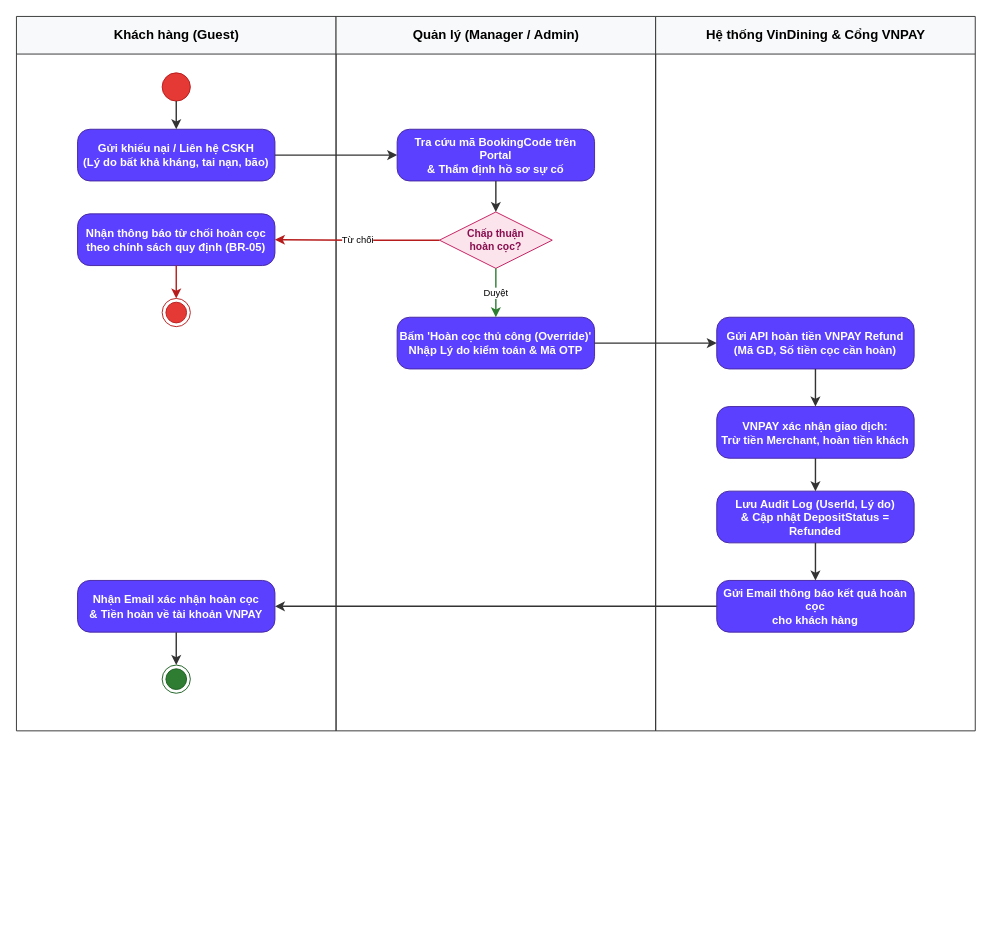
Earlier version of the draw.io diagram docs/phase1/drawio/ad09_manual_refund.drawio (AndrewQng/VinDining). Source tidied: cells renumbered, new cells numbered last; positions are measured from the earlier drawing's top-left corner, leaving out a move shared by most shapes. Both pictures are drawn from the tidied source at 94%, with x=0, y=0 at pixel (16, 16).
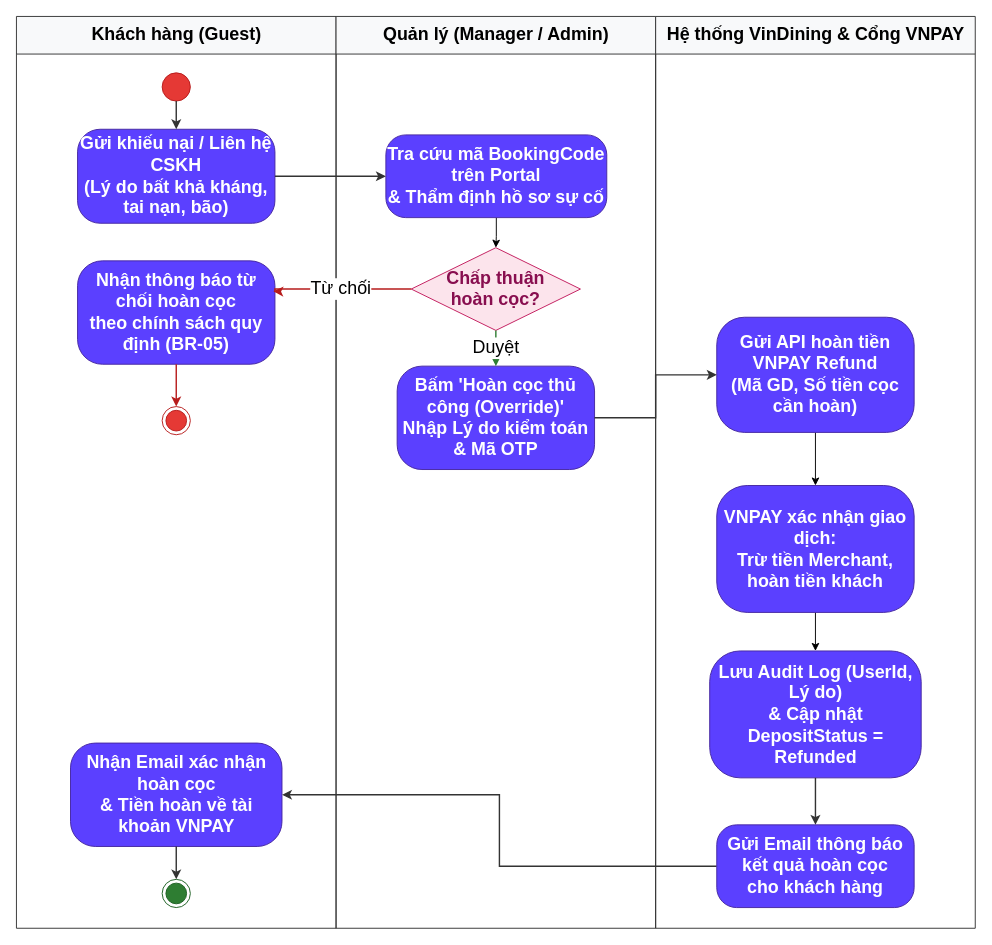
The same page after the edit.

What changed in the source:
```diff
@@
-    <mxCell id="2" value="Khách hàng (Guest)" style="swimlane;html=1;startSize=40;horizontal=1;fontStyle=1;fontSize=14;align=center;verticalAlign=middle;fillColor=#f8f9fa;strokeColor=#333333;swimlaneLine=1;" parent="1" vertex="1">
-      <mxGeometry width="340" height="760" as="geometry" />
+    <mxCell id="2" value="Khách hàng (Guest)" style="swimlane;html=1;startSize=40;horizontal=1;fontStyle=1;fontSize=19;align=center;verticalAlign=middle;fillColor=#f8f9fa;strokeColor=#333333;swimlaneLine=1;" parent="1" vertex="1">
+      <mxGeometry width="340" height="970" as="geometry" />
     </mxCell>
-    <mxCell id="3" style="ellipse;whiteSpace=wrap;html=1;fillColor=#e53935;strokeColor=#b71c1c;" parent="2" vertex="1">
+    <mxCell id="3" style="ellipse;whiteSpace=wrap;html=1;fillColor=#e53935;strokeColor=#b71c1c;fontSize=19;" parent="2" vertex="1">
       <mxGeometry x="155" y="60" width="30" height="30" as="geometry" />
     </mxCell>
-    <mxCell id="4" value="Gửi khiếu nại / Liên hệ CSKH&#10;(Lý do bất khả kháng, tai nạn, bão)" style="rounded=1;arcSize=24;whiteSpace=wrap;html=1;fillColor=#5b40ff;strokeColor=#4527a0;fontColor=#ffffff;fontStyle=1;fontSize=12;align=center;verticalAlign=middle;" parent="2" vertex="1">
-      <mxGeometry x="65" y="120" width="210" height="55" as="geometry" />
+    <mxCell id="4" value="Gửi khiếu nại / Liên hệ CSKH&#10;(Lý do bất khả kháng, tai nạn, bão)" style="rounded=1;arcSize=24;whiteSpace=wrap;html=1;fillColor=#5b40ff;strokeColor=#4527a0;fontColor=#ffffff;fontStyle=1;fontSize=19;align=center;verticalAlign=middle;" parent="2" vertex="1">
+      <mxGeometry x="65" y="120" width="210" height="100" as="geometry" />
     </mxCell>
+    <mxCell id="6" style="ellipse;html=1;shape=endState;fillColor=#e53935;strokeColor=#b71c1c;fontSize=19;" parent="2" vertex="1">
+      <mxGeometry x="155" y="415" width="30" height="30" as="geometry" />
+    </mxCell>
-    <mxCell id="5" value="Nhận thông báo từ chối hoàn cọc&#10;theo chính sách quy định (BR-05)" style="rounded=1;arcSize=24;whiteSpace=wrap;html=1;fillColor=#5b40ff;strokeColor=#4527a0;fontColor=#ffffff;fontStyle=1;fontSize=12;align=center;verticalAlign=middle;" parent="2" vertex="1">
-      <mxGeometry x="65" y="210" width="210" height="55" as="geometry" />
+    <mxCell id="5" value="Nhận thông báo từ chối hoàn cọc&#10;theo chính sách quy định (BR-05)" style="rounded=1;arcSize=24;whiteSpace=wrap;html=1;fillColor=#5b40ff;strokeColor=#4527a0;fontColor=#ffffff;fontStyle=1;fontSize=19;align=center;verticalAlign=middle;" parent="2" vertex="1">
+      <mxGeometry x="65" y="260" width="210" height="110" as="geometry" />
     </mxCell>
-    <mxCell id="6" style="ellipse;html=1;shape=endState;fillColor=#e53935;strokeColor=#b71c1c;" parent="2" vertex="1">
-      <mxGeometry x="155" y="300" width="30" height="30" as="geometry" />
-    </mxCell>
+    <mxCell id="22" style="edgeStyle=orthogonalEdgeStyle;rounded=0;strokeColor=#b71c1c;strokeWidth=1.5;html=1;fontSize=19;" parent="2" edge="1" source="5">
+      <mxGeometry relative="1" as="geometry">
+        <mxPoint x="170" y="415" as="targetPoint" />
+      </mxGeometry>
+    </mxCell>
-    <mxCell id="7" value="Nhận Email xác nhận hoàn cọc&#10;&amp; Tiền hoàn về tài khoản VNPAY" style="rounded=1;arcSize=24;whiteSpace=wrap;html=1;fillColor=#5b40ff;strokeColor=#4527a0;fontColor=#ffffff;fontStyle=1;fontSize=12;align=center;verticalAlign=middle;" parent="2" vertex="1">
-      <mxGeometry x="65" y="600" width="210" height="55" as="geometry" />
+    <mxCell id="7" value="Nhận Email xác nhận hoàn cọc&#10;&amp;amp; Tiền hoàn về tài khoản VNPAY" style="rounded=1;arcSize=24;whiteSpace=wrap;html=1;fillColor=#5b40ff;strokeColor=#4527a0;fontColor=#ffffff;fontStyle=1;fontSize=19;align=center;verticalAlign=middle;" parent="2" vertex="1">
+      <mxGeometry x="57.5" y="773" width="225" height="110" as="geometry" />
     </mxCell>
-    <mxCell id="8" style="ellipse;html=1;shape=endState;fillColor=#2e7d32;strokeColor=#1b5e20;" parent="2" vertex="1">
-      <mxGeometry x="155" y="690" width="30" height="30" as="geometry" />
+    <mxCell id="8" style="ellipse;html=1;shape=endState;fillColor=#2e7d32;strokeColor=#1b5e20;fontSize=19;" parent="2" vertex="1">
+      <mxGeometry x="155" y="918" width="30" height="30" as="geometry" />
     </mxCell>
+    <mxCell id="29" style="edgeStyle=orthogonalEdgeStyle;rounded=0;strokeColor=#333333;strokeWidth=1.5;html=1;fontSize=19;" parent="2" edge="1" source="7" target="8">
+      <mxGeometry relative="1" as="geometry" />
+    </mxCell>
-    <mxCell id="9" value="Quản lý (Manager / Admin)" style="swimlane;html=1;startSize=40;horizontal=1;fontStyle=1;fontSize=14;align=center;verticalAlign=middle;fillColor=#f8f9fa;strokeColor=#333333;swimlaneLine=1;" parent="1" vertex="1">
-      <mxGeometry x="340" width="340" height="760" as="geometry" />
+    <mxCell id="9" value="Quản lý (Manager / Admin)" style="swimlane;html=1;startSize=40;horizontal=1;fontStyle=1;fontSize=19;align=center;verticalAlign=middle;fillColor=#f8f9fa;strokeColor=#333333;swimlaneLine=1;" parent="1" vertex="1">
+      <mxGeometry x="340" width="340" height="970" as="geometry" />
     </mxCell>
+    <mxCell id="20" style="edgeStyle=orthogonalEdgeStyle;rounded=0;jettySize=auto;html=1;entryX=0.5;entryY=0;entryDx=0;entryDy=0;" parent="9" edge="1" source="10" target="11">
+      <mxGeometry relative="1" as="geometry" />
+    </mxCell>
-    <mxCell id="10" value="Tra cứu mã BookingCode trên Portal&#10;&amp; Thẩm định hồ sơ sự cố" style="rounded=1;arcSize=24;whiteSpace=wrap;html=1;fillColor=#5b40ff;strokeColor=#4527a0;fontColor=#ffffff;fontStyle=1;fontSize=12;align=center;verticalAlign=middle;" parent="9" vertex="1">
-      <mxGeometry x="65" y="120" width="210" height="55" as="geometry" />
+    <mxCell id="10" value="Tra cứu mã BookingCode trên Portal&#10;&amp;amp; Thẩm định hồ sơ sự cố" style="rounded=1;arcSize=24;whiteSpace=wrap;html=1;fillColor=#5b40ff;strokeColor=#4527a0;fontColor=#ffffff;fontStyle=1;fontSize=19;align=center;verticalAlign=middle;" parent="9" vertex="1">
+      <mxGeometry x="53" y="126" width="235" height="88" as="geometry" />
     </mxCell>
-    <mxCell id="11" value="Chấp thuận&#10;hoàn cọc?" style="rhombus;whiteSpace=wrap;html=1;fillColor=#fce4ec;strokeColor=#c2185b;fontColor=#880e4f;fontStyle=1;fontSize=11;align=center;verticalAlign=middle;" parent="9" vertex="1">
-      <mxGeometry x="110" y="208" width="120" height="60" as="geometry" />
+    <mxCell id="11" value="Chấp thuận&#10;hoàn cọc?" style="rhombus;whiteSpace=wrap;html=1;fillColor=#fce4ec;strokeColor=#c2185b;fontColor=#880e4f;fontStyle=1;fontSize=19;align=center;verticalAlign=middle;" parent="9" vertex="1">
+      <mxGeometry x="80" y="246" width="180" height="88" as="geometry" />
     </mxCell>
-    <mxCell id="12" value="Bấm 'Hoàn cọc thủ công (Override)'&#10;Nhập Lý do kiểm toán &amp; Mã OTP" style="rounded=1;arcSize=24;whiteSpace=wrap;html=1;fillColor=#5b40ff;strokeColor=#4527a0;fontColor=#ffffff;fontStyle=1;fontSize=12;align=center;verticalAlign=middle;" parent="9" vertex="1">
-      <mxGeometry x="65" y="320" width="210" height="55" as="geometry" />
+    <mxCell id="12" value="Bấm 'Hoàn cọc thủ công (Override)'&#10;Nhập Lý do kiểm toán &amp;amp; Mã OTP" style="rounded=1;arcSize=24;whiteSpace=wrap;html=1;fillColor=#5b40ff;strokeColor=#4527a0;fontColor=#ffffff;fontStyle=1;fontSize=19;align=center;verticalAlign=middle;" parent="9" vertex="1">
+      <mxGeometry x="65" y="372" width="210" height="110" as="geometry" />
     </mxCell>
+    <mxCell id="23" value="Duyệt" style="edgeStyle=orthogonalEdgeStyle;rounded=0;strokeColor=#2e7d32;strokeWidth=1.5;html=1;fontSize=19;labelBackgroundColor=#ffffff;exitX=0.5;exitY=1;entryX=0.5;entryY=0;" parent="9" edge="1" source="11" target="12">
+      <mxGeometry relative="1" as="geometry" />
+    </mxCell>
-    <mxCell id="13" value="Hệ thống VinDining &amp; Cổng VNPAY" style="swimlane;html=1;startSize=40;horizontal=1;fontStyle=1;fontSize=14;align=center;verticalAlign=middle;fillColor=#f8f9fa;strokeColor=#333333;swimlaneLine=1;" parent="1" vertex="1">
-      <mxGeometry x="680" width="340" height="760" as="geometry" />
+    <mxCell id="13" value="Hệ thống VinDining &amp;amp; Cổng VNPAY" style="swimlane;html=1;startSize=40;horizontal=1;fontStyle=1;fontSize=19;align=center;verticalAlign=middle;fillColor=#f8f9fa;strokeColor=#333333;swimlaneLine=1;" parent="1" vertex="1">
+      <mxGeometry x="680" width="340" height="970" as="geometry" />
     </mxCell>
+    <mxCell id="25" style="edgeStyle=orthogonalEdgeStyle;rounded=0;jettySize=auto;html=1;entryX=0.5;entryY=0;entryDx=0;entryDy=0;" parent="13" edge="1" source="14" target="15">
+      <mxGeometry relative="1" as="geometry" />
+    </mxCell>
-    <mxCell id="14" value="Gửi API hoàn tiền VNPAY Refund&#10;(Mã GD, Số tiền cọc cần hoàn)" style="rounded=1;arcSize=24;whiteSpace=wrap;html=1;fillColor=#5b40ff;strokeColor=#4527a0;fontColor=#ffffff;fontStyle=1;fontSize=12;align=center;verticalAlign=middle;" parent="13" vertex="1">
-      <mxGeometry x="65" y="320" width="210" height="55" as="geometry" />
+    <mxCell id="14" value="Gửi API hoàn tiền VNPAY Refund&#10;(Mã GD, Số tiền cọc cần hoàn)" style="rounded=1;arcSize=24;whiteSpace=wrap;html=1;fillColor=#5b40ff;strokeColor=#4527a0;fontColor=#ffffff;fontStyle=1;fontSize=19;align=center;verticalAlign=middle;" parent="13" vertex="1">
+      <mxGeometry x="65" y="320" width="210" height="122.5" as="geometry" />
     </mxCell>
+    <mxCell id="26" style="edgeStyle=orthogonalEdgeStyle;rounded=0;jettySize=auto;html=1;" parent="13" edge="1" source="15" target="16">
+      <mxGeometry relative="1" as="geometry" />
+    </mxCell>
-    <mxCell id="15" value="VNPAY xác nhận giao dịch:&#10;Trừ tiền Merchant, hoàn tiền khách" style="rounded=1;arcSize=24;whiteSpace=wrap;html=1;fillColor=#5b40ff;strokeColor=#4527a0;fontColor=#ffffff;fontStyle=1;fontSize=12;align=center;verticalAlign=middle;" parent="13" vertex="1">
-      <mxGeometry x="65" y="415" width="210" height="55" as="geometry" />
+    <mxCell id="15" value="VNPAY xác nhận giao dịch:&#10;Trừ tiền Merchant, hoàn tiền khách" style="rounded=1;arcSize=24;whiteSpace=wrap;html=1;fillColor=#5b40ff;strokeColor=#4527a0;fontColor=#ffffff;fontStyle=1;fontSize=19;align=center;verticalAlign=middle;" parent="13" vertex="1">
+      <mxGeometry x="65" y="499" width="210" height="135" as="geometry" />
     </mxCell>
-    <mxCell id="16" value="Lưu Audit Log (UserId, Lý do)&#10;&amp; Cập nhật DepositStatus = Refunded" style="rounded=1;arcSize=24;whiteSpace=wrap;html=1;fillColor=#5b40ff;strokeColor=#4527a0;fontColor=#ffffff;fontStyle=1;fontSize=12;align=center;verticalAlign=middle;" parent="13" vertex="1">
-      <mxGeometry x="65" y="505" width="210" height="55" as="geometry" />
+    <mxCell id="16" value="Lưu Audit Log (UserId, Lý do)&#10;&amp;amp; Cập nhật DepositStatus = Refunded" style="rounded=1;arcSize=24;whiteSpace=wrap;html=1;fillColor=#5b40ff;strokeColor=#4527a0;fontColor=#ffffff;fontStyle=1;fontSize=19;align=center;verticalAlign=middle;" parent="13" vertex="1">
+      <mxGeometry x="57.5" y="675" width="225" height="135" as="geometry" />
     </mxCell>
-    <mxCell id="17" value="Gửi Email thông báo kết quả hoàn cọc&#10;cho khách hàng" style="rounded=1;arcSize=24;whiteSpace=wrap;html=1;fillColor=#5b40ff;strokeColor=#4527a0;fontColor=#ffffff;fontStyle=1;fontSize=12;align=center;verticalAlign=middle;" parent="13" vertex="1">
-      <mxGeometry x="65" y="600" width="210" height="55" as="geometry" />
-    </mxCell>
-    <mxCell id="18" style="edgeStyle=orthogonalEdgeStyle;rounded=0;strokeColor=#333333;strokeWidth=1.5;html=1;" parent="1" edge="1" source="3" target="4">
+    <mxCell id="18" style="edgeStyle=orthogonalEdgeStyle;rounded=0;strokeColor=#333333;strokeWidth=1.5;html=1;fontSize=19;" parent="1" edge="1" source="3" target="4">
       <mxGeometry relative="1" as="geometry" />
     </mxCell>
-    <mxCell id="19" style="edgeStyle=orthogonalEdgeStyle;rounded=0;strokeColor=#333333;strokeWidth=1.5;html=1;exitX=1;exitY=0.5;entryX=0;entryY=0.5;" parent="1" edge="1" source="4" target="10">
+    <mxCell id="19" style="edgeStyle=orthogonalEdgeStyle;rounded=0;strokeColor=#333333;strokeWidth=1.5;html=1;exitX=1;exitY=0.5;entryX=0;entryY=0.5;fontSize=19;" parent="1" edge="1" source="4" target="10">
       <mxGeometry relative="1" as="geometry" />
     </mxCell>
-    <mxCell id="20" style="edgeStyle=orthogonalEdgeStyle;rounded=0;strokeColor=#333333;strokeWidth=1.5;html=1;" parent="1" edge="1" source="10" target="11">
-      <mxGeometry relative="1" as="geometry" />
-    </mxCell>
-    <mxCell id="21" value="Từ chối" style="edgeStyle=orthogonalEdgeStyle;rounded=0;strokeColor=#b71c1c;strokeWidth=1.5;html=1;fontSize=10;labelBackgroundColor=#ffffff;exitX=0;exitY=0.5;entryX=1;entryY=0.5;" parent="1" edge="1" source="11" target="5">
-      <mxGeometry relative="1" as="geometry" />
+    <mxCell id="21" value="Từ chối" style="edgeStyle=orthogonalEdgeStyle;rounded=0;strokeColor=#b71c1c;strokeWidth=1.5;html=1;fontSize=19;labelBackgroundColor=#ffffff;exitX=0;exitY=0.5;entryX=0.992;entryY=0.295;entryDx=0;entryDy=0;entryPerimeter=0;" parent="1" edge="1" source="11" target="5">
+      <mxGeometry relative="1" as="geometry">
+        <Array as="points">
+          <mxPoint x="275" y="290" />
+          <mxPoint x="275" y="292.5" />
+        </Array>
+      </mxGeometry>
     </mxCell>
-    <mxCell id="22" style="edgeStyle=orthogonalEdgeStyle;rounded=0;strokeColor=#b71c1c;strokeWidth=1.5;html=1;" parent="1" edge="1" source="5" target="6">
-      <mxGeometry relative="1" as="geometry" />
-    </mxCell>
-    <mxCell id="23" value="Duyệt" style="edgeStyle=orthogonalEdgeStyle;rounded=0;strokeColor=#2e7d32;strokeWidth=1.5;html=1;fontSize=10;labelBackgroundColor=#ffffff;exitX=0.5;exitY=1;entryX=0.5;entryY=0;" parent="1" edge="1" source="11" target="12">
-      <mxGeometry relative="1" as="geometry" />
-    </mxCell>
-    <mxCell id="24" style="edgeStyle=orthogonalEdgeStyle;rounded=0;strokeColor=#333333;strokeWidth=1.5;html=1;exitX=1;exitY=0.5;entryX=0;entryY=0.5;" parent="1" edge="1" source="12" target="14">
+    <mxCell id="24" style="edgeStyle=orthogonalEdgeStyle;rounded=0;strokeColor=#333333;strokeWidth=1.5;html=1;exitX=1;exitY=0.5;entryX=0;entryY=0.5;fontSize=19;" parent="1" edge="1" source="12" target="14">
       <mxGeometry relative="1" as="geometry" />
     </mxCell>
-    <mxCell id="25" style="edgeStyle=orthogonalEdgeStyle;rounded=0;strokeColor=#333333;strokeWidth=1.5;html=1;" parent="1" edge="1" source="14" target="15">
-      <mxGeometry relative="1" as="geometry" />
-    </mxCell>
-    <mxCell id="26" style="edgeStyle=orthogonalEdgeStyle;rounded=0;strokeColor=#333333;strokeWidth=1.5;html=1;" parent="1" edge="1" source="15" target="16">
-      <mxGeometry relative="1" as="geometry" />
-    </mxCell>
+    <mxCell id="28" style="edgeStyle=orthogonalEdgeStyle;rounded=0;strokeColor=#333333;strokeWidth=1.5;html=1;exitX=0;exitY=0.5;entryX=1;entryY=0.5;fontSize=19;" parent="1" edge="1" source="17" target="7">
+      <mxGeometry relative="1" as="geometry" />
+    </mxCell>
+    <mxCell id="17" value="Gửi Email thông báo kết quả hoàn cọc&#10;cho khách hàng" style="rounded=1;arcSize=24;whiteSpace=wrap;html=1;fillColor=#5b40ff;strokeColor=#4527a0;fontColor=#ffffff;fontStyle=1;fontSize=19;align=center;verticalAlign=middle;" parent="1" vertex="1">
+      <mxGeometry x="745" y="860" width="210" height="88" as="geometry" />
+    </mxCell>
-    <mxCell id="27" style="edgeStyle=orthogonalEdgeStyle;rounded=0;strokeColor=#333333;strokeWidth=1.5;html=1;" parent="1" edge="1" source="16" target="17">
+    <mxCell id="27" style="edgeStyle=orthogonalEdgeStyle;rounded=0;strokeColor=#333333;strokeWidth=1.5;html=1;fontSize=19;" parent="1" edge="1" source="16" target="17">
       <mxGeometry relative="1" as="geometry" />
     </mxCell>
-    <mxCell id="28" style="edgeStyle=orthogonalEdgeStyle;rounded=0;strokeColor=#333333;strokeWidth=1.5;html=1;exitX=0;exitY=0.5;entryX=1;entryY=0.5;" parent="1" edge="1" source="17" target="7">
-      <mxGeometry relative="1" as="geometry" />
-    </mxCell>
-    <mxCell id="29" style="edgeStyle=orthogonalEdgeStyle;rounded=0;strokeColor=#333333;strokeWidth=1.5;html=1;" parent="1" edge="1" source="7" target="8">
-      <mxGeometry relative="1" as="geometry" />
-    </mxCell>
```
